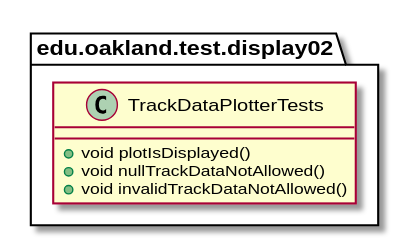
andrewdimmer/csi-3370-software-project keeps this PlantUML diagram as docs/uml-class-diagrams/display02/test/TrackDataPlotterTests/TrackDataPlotterTests.svg. Above is the earlier version.
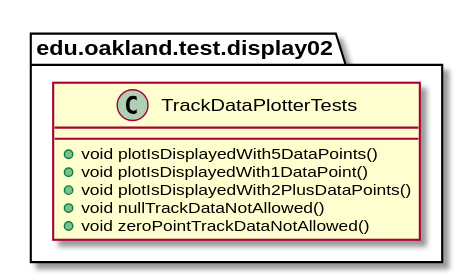
The same diagram one commit later.

Change to the diagram source:
```diff
@@ -2,9 +2,11 @@
 
 package edu.oakland.test.display02 {
     class TrackDataPlotterTests {
-        + void plotIsDisplayed()
+        + void plotIsDisplayedWith5DataPoints()
+        + void plotIsDisplayedWith1DataPoint()
+        + void plotIsDisplayedWith2PlusDataPoints()
         + void nullTrackDataNotAllowed()
-        + void invalidTrackDataNotAllowed()
+        + void zeroPointTrackDataNotAllowed()
     }
 }
 
```
